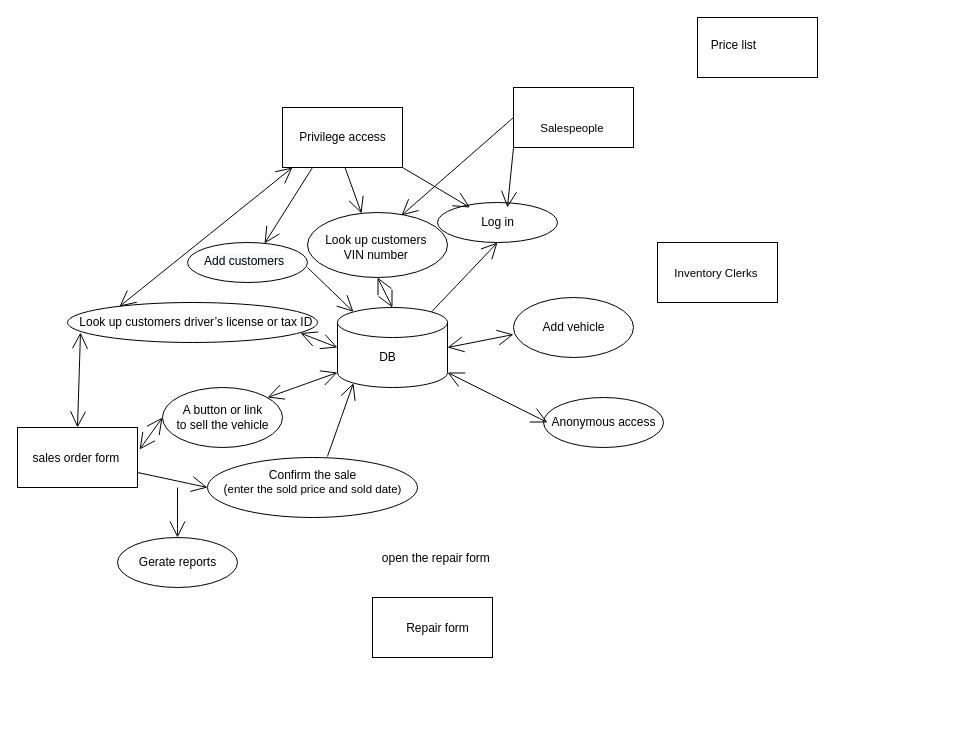
Before: page "IFD" (2 of 2) of Untitled Diagram.drawio in qwei37/QW, a draw.io diagram. Source tidied: cells renumbered, new cells numbered last; positions are measured from the earlier drawing's top-left corner, leaving out a move shared by most shapes. Both pictures are drawn from the tidied source at 100%, with x=0, y=0 at pixel (17, 17).
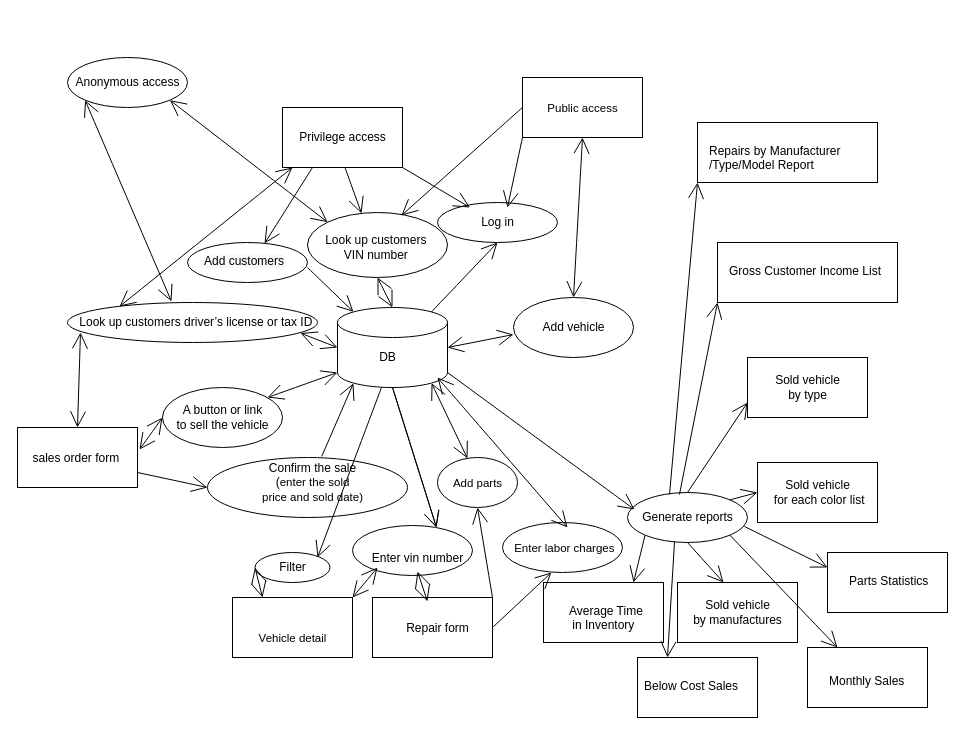
After the change.

The change refers to these unchanged cells:
```xml
<mxCell id="2" style="shape=cylinder3;whiteSpace=wrap;html=1;boundedLbl=1;backgroundOutline=1;size=15;hachureGap=4;fillColor=none;" parent="1" vertex="1">
  <mxGeometry x="320" y="290" width="110" height="80" as="geometry" />
</mxCell>
<mxCell id="8" style="ellipse;whiteSpace=wrap;html=1;hachureGap=4;fillColor=none;" parent="1" vertex="1">
  <mxGeometry x="496" y="280" width="120" height="60" as="geometry" />
</mxCell>
<mxCell id="21" style="ellipse;whiteSpace=wrap;html=1;hachureGap=4;fillColor=none;" parent="1" vertex="1">
  <mxGeometry x="50" y="285" width="250" height="40" as="geometry" />
</mxCell>
<mxCell id="26" style="ellipse;whiteSpace=wrap;html=1;hachureGap=4;fillColor=none;" parent="1" vertex="1">
  <mxGeometry x="290" y="195" width="140" height="65" as="geometry" />
</mxCell>
<mxCell id="51" style="rounded=0;whiteSpace=wrap;html=1;hachureGap=4;fillColor=none;" parent="1" vertex="1">
  <mxGeometry x="355" y="580" width="120" height="60" as="geometry" />
</mxCell>
```

The edit, as a diff of the source:
```diff
@@
-    <mxCell id="4" style="rounded=0;whiteSpace=wrap;html=1;hachureGap=4;fillColor=none;" parent="1" vertex="1">
-      <mxGeometry x="680" width="120" height="60" as="geometry" />
-    </mxCell>
-    <mxCell id="5" value="Price list" style="text;html=1;align=center;verticalAlign=middle;strokeColor=none;fillColor=none;" parent="1" vertex="1">
-      <mxGeometry x="686" y="17.5" width="60" height="20" as="geometry" />
-    </mxCell>
@@
+    <mxCell id="53" style="edgeStyle=none;curved=1;rounded=0;jettySize=auto;html=1;exitX=0;exitY=1;exitDx=0;exitDy=0;entryX=0.416;entryY=-0.025;entryDx=0;entryDy=0;entryPerimeter=0;startArrow=open;startFill=0;endArrow=open;endFill=0;startSize=14;endSize=14;sourcePerimeterSpacing=8;targetPerimeterSpacing=8;" parent="1" edge="1" source="11" target="21">
+      <mxGeometry relative="1" as="geometry" />
+    </mxCell>
+    <mxCell id="54" style="edgeStyle=none;curved=1;rounded=0;jettySize=auto;html=1;exitX=1;exitY=1;exitDx=0;exitDy=0;entryX=0;entryY=0;entryDx=0;entryDy=0;startArrow=open;startFill=0;endArrow=open;endFill=0;startSize=14;endSize=14;sourcePerimeterSpacing=8;targetPerimeterSpacing=8;" parent="1" edge="1" source="11" target="26">
+      <mxGeometry relative="1" as="geometry" />
+    </mxCell>
     <mxCell id="11" style="ellipse;whiteSpace=wrap;html=1;hachureGap=4;fillColor=none;" parent="1" vertex="1">
-      <mxGeometry x="526" y="380" width="120" height="50" as="geometry" />
+      <mxGeometry x="50" y="40" width="120" height="50" as="geometry" />
     </mxCell>
     <mxCell id="12" value="Anonymous access" style="text;html=1;align=center;verticalAlign=middle;strokeColor=none;fillColor=none;" parent="1" vertex="1">
-      <mxGeometry x="526" y="395" width="120" height="20" as="geometry" />
+      <mxGeometry x="50" y="55" width="120" height="20" as="geometry" />
     </mxCell>
-    <mxCell id="13" style="edgeStyle=none;curved=1;rounded=0;jettySize=auto;html=1;entryX=1;entryY=1;entryDx=0;entryDy=-15;entryPerimeter=0;endArrow=open;startSize=14;endSize=14;sourcePerimeterSpacing=8;targetPerimeterSpacing=8;startArrow=open;startFill=0;" parent="1" edge="1" target="2">
-      <mxGeometry relative="1" as="geometry">
-        <mxPoint x="530" y="405" as="sourcePoint" />
-      </mxGeometry>
-    </mxCell>
-    <mxCell id="14" style="edgeStyle=none;curved=1;rounded=0;orthogonalLoop=1;jettySize=auto;html=1;entryX=0.5;entryY=1;entryDx=0;entryDy=0;entryPerimeter=0;endArrow=none;startSize=14;endSize=14;sourcePerimeterSpacing=8;targetPerimeterSpacing=8;startArrow=open;startFill=0;endFill=0;" parent="1" edge="1">
+    <mxCell id="14" style="edgeStyle=none;curved=1;rounded=0;jettySize=auto;html=1;endArrow=none;startSize=14;endSize=14;sourcePerimeterSpacing=8;targetPerimeterSpacing=8;startArrow=open;startFill=0;endFill=0;entryX=1;entryY=1;entryDx=0;entryDy=-15;entryPerimeter=0;exitX=0.058;exitY=0.24;exitDx=0;exitDy=0;exitPerimeter=0;" parent="1" edge="1" target="2">
       <mxGeometry relative="1" as="geometry">
-        <mxPoint x="160" y="520" as="sourcePoint" />
-        <mxPoint x="160" y="470" as="targetPoint" />
+        <mxPoint x="617" y="492" as="sourcePoint" />
       </mxGeometry>
     </mxCell>
-    <mxCell id="15" value="Gerate reports" style="text;html=1;align=center;verticalAlign=middle;strokeColor=none;fillColor=none;" parent="1" vertex="1">
-      <mxGeometry x="115" y="535" width="90" height="20" as="geometry" />
+    <mxCell id="15" value="Generate reports" style="text;html=1;align=center;verticalAlign=middle;strokeColor=none;fillColor=none;" parent="1" vertex="1">
+      <mxGeometry x="615" y="490" width="110" height="20" as="geometry" />
     </mxCell>
-    <mxCell id="16" style="ellipse;whiteSpace=wrap;html=1;hachureGap=4;fillColor=none;" parent="1" vertex="1">
-      <mxGeometry x="100" y="520" width="120" height="50" as="geometry" />
-    </mxCell>
@@
-    <mxCell id="31" value="&lt;p class=&quot;p1&quot; style=&quot;margin: 0px ; font-stretch: normal ; font-size: 11.5px ; line-height: normal&quot;&gt;Inventory Clerks&lt;span class=&quot;Apple-converted-space&quot;&gt;&amp;nbsp;&lt;/span&gt;&lt;/p&gt;" style="text;html=1;align=center;verticalAlign=middle;strokeColor=none;fillColor=none;" parent="1" vertex="1">
-      <mxGeometry x="650" y="245" width="100" height="20" as="geometry" />
-    </mxCell>
-    <mxCell id="32" style="rounded=0;whiteSpace=wrap;html=1;hachureGap=4;fillColor=none;" parent="1" vertex="1">
-      <mxGeometry x="640" y="225" width="120" height="60" as="geometry" />
-    </mxCell>
-    <mxCell id="33" value="&lt;p class=&quot;p1&quot; style=&quot;margin: 0px ; font-stretch: normal ; font-size: 11.5px ; line-height: normal&quot;&gt;Salespeople&lt;span class=&quot;Apple-converted-space&quot;&gt;&amp;nbsp;&lt;/span&gt;&lt;/p&gt;" style="text;html=1;align=center;verticalAlign=middle;strokeColor=none;fillColor=none;" parent="1" vertex="1">
-      <mxGeometry x="516" y="100" width="80" height="20" as="geometry" />
+    <mxCell id="33" value="&lt;p class=&quot;p1&quot; style=&quot;margin: 0px ; font-stretch: normal ; font-size: 11.5px ; line-height: normal&quot;&gt;Public access&lt;/p&gt;" style="text;html=1;align=center;verticalAlign=middle;strokeColor=none;fillColor=none;" parent="1" vertex="1">
+      <mxGeometry x="520" y="80" width="90" height="20" as="geometry" />
     </mxCell>
@@
+    <mxCell id="55" style="edgeStyle=none;curved=1;rounded=0;jettySize=auto;html=1;exitX=0.5;exitY=1;exitDx=0;exitDy=0;entryX=0.5;entryY=0;entryDx=0;entryDy=0;startArrow=open;startFill=0;endArrow=open;endFill=0;startSize=14;endSize=14;sourcePerimeterSpacing=8;targetPerimeterSpacing=8;" parent="1" edge="1" source="36" target="8">
+      <mxGeometry relative="1" as="geometry" />
+    </mxCell>
     <mxCell id="36" style="rounded=0;whiteSpace=wrap;html=1;hachureGap=4;fillColor=none;" parent="1" vertex="1">
-      <mxGeometry x="496" y="70" width="120" height="60" as="geometry" />
+      <mxGeometry x="505" y="60" width="120" height="60" as="geometry" />
     </mxCell>
@@
     <mxCell id="46" style="ellipse;whiteSpace=wrap;html=1;hachureGap=4;fillColor=none;" parent="1" vertex="1">
-      <mxGeometry x="190" y="440" width="210" height="60" as="geometry" />
+      <mxGeometry x="190" y="440" width="200" height="60" as="geometry" />
     </mxCell>
-    <mxCell id="47" value="Confirm the sale &lt;br&gt;(&lt;span style=&quot;font-size: 11.5px&quot;&gt;enter the sold price and sold date)&lt;/span&gt;" style="text;html=1;align=center;verticalAlign=middle;strokeColor=none;fillColor=none;" parent="1" vertex="1">
-      <mxGeometry x="200" y="450" width="190" height="30" as="geometry" />
+    <mxCell id="47" value="Confirm the sale &lt;br&gt;(&lt;span style=&quot;font-size: 11.5px&quot;&gt;enter the sold &lt;br&gt;price and sold date)&lt;/span&gt;" style="text;html=1;align=center;verticalAlign=middle;strokeColor=none;fillColor=none;" parent="1" vertex="1">
+      <mxGeometry x="235" y="440" width="120" height="50" as="geometry" />
     </mxCell>
@@
-    <mxCell id="52" value="&lt;p class=&quot;p1&quot; style=&quot;margin: 0px ; font-stretch: normal ; line-height: normal&quot;&gt;open the repair form&lt;span class=&quot;Apple-converted-space&quot;&gt;&amp;nbsp;&lt;/span&gt;&lt;/p&gt;" style="text;html=1;align=center;verticalAlign=middle;strokeColor=none;fillColor=none;" parent="1" vertex="1">
-      <mxGeometry x="355" y="530" width="130" height="20" as="geometry" />
+    <mxCell id="52" value="&lt;p class=&quot;p1&quot; style=&quot;margin: 0px ; font-stretch: normal ; line-height: normal&quot;&gt;Enter vin number&lt;/p&gt;" style="text;html=1;align=center;verticalAlign=middle;strokeColor=none;fillColor=none;" parent="1" vertex="1">
+      <mxGeometry x="345" y="530" width="110" height="20" as="geometry" />
     </mxCell>
+    <mxCell id="56" value="&lt;p class=&quot;p1&quot; style=&quot;margin: 0px ; font-stretch: normal ; font-size: 11.5px ; line-height: normal&quot;&gt;Enter labor charges &lt;span class=&quot;Apple-converted-space&quot;&gt;&amp;nbsp;&lt;/span&gt;&lt;/p&gt;" style="text;html=1;align=center;verticalAlign=middle;strokeColor=none;fillColor=none;" parent="1" vertex="1">
+      <mxGeometry x="490" y="520" width="120" height="20" as="geometry" />
+    </mxCell>
+    <mxCell id="57" value="&lt;p class=&quot;p1&quot; style=&quot;margin: 0px ; font-stretch: normal ; font-size: 11.5px ; line-height: normal&quot;&gt;Add parts&lt;/p&gt;" style="text;html=1;align=center;verticalAlign=middle;strokeColor=none;fillColor=none;" parent="1" vertex="1">
+      <mxGeometry x="430" y="455" width="60" height="20" as="geometry" />
+    </mxCell>
+    <mxCell id="58" style="edgeStyle=none;curved=1;rounded=0;jettySize=auto;html=1;endArrow=open;startSize=14;endSize=14;sourcePerimeterSpacing=8;targetPerimeterSpacing=8;startArrow=none;startFill=0;entryX=0.7;entryY=0.04;entryDx=0;entryDy=0;exitX=0.5;exitY=1;exitDx=0;exitDy=0;exitPerimeter=0;entryPerimeter=0;" parent="1" edge="1" source="2" target="59">
+      <mxGeometry relative="1" as="geometry" />
+    </mxCell>
+    <mxCell id="59" style="ellipse;whiteSpace=wrap;html=1;hachureGap=4;fillColor=none;" parent="1" vertex="1">
+      <mxGeometry x="335" y="508" width="120" height="50" as="geometry" />
+    </mxCell>
+    <mxCell id="60" style="edgeStyle=none;curved=1;rounded=0;orthogonalLoop=1;jettySize=auto;html=1;endArrow=open;startSize=14;endSize=14;sourcePerimeterSpacing=8;targetPerimeterSpacing=8;startArrow=open;startFill=0;" parent="1" edge="1">
+      <mxGeometry relative="1" as="geometry">
+        <mxPoint x="400" y="554" as="sourcePoint" />
+        <mxPoint x="410" y="584" as="targetPoint" />
+      </mxGeometry>
+    </mxCell>
+    <mxCell id="61" style="ellipse;whiteSpace=wrap;html=1;hachureGap=4;fillColor=none;" parent="1" vertex="1">
+      <mxGeometry x="485" y="505" width="120" height="50" as="geometry" />
+    </mxCell>
+    <mxCell id="62" style="ellipse;whiteSpace=wrap;html=1;hachureGap=4;fillColor=none;" parent="1" vertex="1">
+      <mxGeometry x="420" y="440" width="80" height="50" as="geometry" />
+    </mxCell>
+    <mxCell id="63" style="edgeStyle=none;curved=1;rounded=0;jettySize=auto;html=1;endArrow=open;startSize=14;endSize=14;sourcePerimeterSpacing=8;targetPerimeterSpacing=8;startArrow=open;startFill=0;entryX=0.375;entryY=0.02;entryDx=0;entryDy=0;exitX=0.855;exitY=1;exitDx=0;exitDy=-4.35;exitPerimeter=0;entryPerimeter=0;" parent="1" edge="1" source="2" target="62">
+      <mxGeometry relative="1" as="geometry" />
+    </mxCell>
+    <mxCell id="64" style="edgeStyle=none;curved=1;rounded=0;orthogonalLoop=1;jettySize=auto;html=1;endArrow=open;startSize=14;endSize=14;sourcePerimeterSpacing=8;targetPerimeterSpacing=8;startArrow=none;startFill=0;entryX=0.7;entryY=0.04;entryDx=0;entryDy=0;exitX=0.5;exitY=1;exitDx=0;exitDy=0;exitPerimeter=0;entryPerimeter=0;" parent="1" edge="1">
+      <mxGeometry relative="1" as="geometry">
+        <mxPoint x="375" y="370" as="sourcePoint" />
+        <mxPoint x="419" y="510" as="targetPoint" />
+      </mxGeometry>
+    </mxCell>
+    <mxCell id="65" style="edgeStyle=none;curved=1;rounded=0;jettySize=auto;html=1;endArrow=open;startSize=14;endSize=14;sourcePerimeterSpacing=8;targetPerimeterSpacing=8;startArrow=none;startFill=0;entryX=0.5;entryY=1;entryDx=0;entryDy=0;exitX=1;exitY=0;exitDx=0;exitDy=0;" parent="1" edge="1" source="51" target="62">
+      <mxGeometry relative="1" as="geometry" />
+    </mxCell>
+    <mxCell id="66" style="edgeStyle=none;curved=1;rounded=0;jettySize=auto;html=1;endArrow=open;startSize=14;endSize=14;sourcePerimeterSpacing=8;targetPerimeterSpacing=8;startArrow=none;startFill=0;entryX=0.408;entryY=1;entryDx=0;entryDy=0;exitX=1;exitY=0.5;exitDx=0;exitDy=0;entryPerimeter=0;" parent="1" edge="1" source="51" target="61">
+      <mxGeometry relative="1" as="geometry" />
+    </mxCell>
+    <mxCell id="67" style="edgeStyle=none;curved=1;rounded=0;jettySize=auto;html=1;endArrow=open;startSize=14;endSize=14;sourcePerimeterSpacing=8;targetPerimeterSpacing=8;startArrow=open;startFill=0;entryX=0.542;entryY=0.1;entryDx=0;entryDy=0;entryPerimeter=0;" parent="1" edge="1" target="61">
+      <mxGeometry relative="1" as="geometry">
+        <mxPoint x="420" y="360" as="sourcePoint" />
+      </mxGeometry>
+    </mxCell>
+    <mxCell id="68" style="rounded=0;whiteSpace=wrap;html=1;hachureGap=4;fillColor=none;" parent="1" vertex="1">
+      <mxGeometry x="215" y="580" width="120" height="60" as="geometry" />
+    </mxCell>
+    <mxCell id="69" value="&lt;p class=&quot;p1&quot; style=&quot;margin: 0px ; font-stretch: normal ; font-size: 11.5px ; line-height: normal&quot;&gt;Vehicle detail&lt;/p&gt;" style="text;html=1;align=center;verticalAlign=middle;strokeColor=none;fillColor=none;" parent="1" vertex="1">
+      <mxGeometry x="235" y="610" width="80" height="20" as="geometry" />
+    </mxCell>
+    <mxCell id="70" value="Filter" style="text;html=1;align=center;verticalAlign=middle;strokeColor=none;fillColor=none;" parent="1" vertex="1">
+      <mxGeometry x="255" y="540" width="40" height="20" as="geometry" />
+    </mxCell>
+    <mxCell id="71" style="ellipse;whiteSpace=wrap;html=1;hachureGap=4;fillColor=none;" parent="1" vertex="1">
+      <mxGeometry x="237.5" y="535" width="75" height="30" as="geometry" />
+    </mxCell>
+    <mxCell id="72" style="edgeStyle=none;curved=1;rounded=0;jettySize=auto;html=1;endArrow=open;startSize=14;endSize=14;sourcePerimeterSpacing=8;targetPerimeterSpacing=8;startArrow=open;startFill=0;entryX=1;entryY=0;entryDx=0;entryDy=0;" parent="1" edge="1" target="68">
+      <mxGeometry relative="1" as="geometry">
+        <mxPoint x="360" y="550" as="sourcePoint" />
+      </mxGeometry>
+    </mxCell>
+    <mxCell id="73" style="edgeStyle=none;curved=1;rounded=0;jettySize=auto;html=1;endArrow=open;startSize=14;endSize=14;sourcePerimeterSpacing=8;targetPerimeterSpacing=8;startArrow=none;startFill=0;exitX=0.4;exitY=1;exitDx=0;exitDy=0;exitPerimeter=0;" parent="1" edge="1" source="2">
+      <mxGeometry relative="1" as="geometry">
+        <mxPoint x="300" y="540" as="targetPoint" />
+      </mxGeometry>
+    </mxCell>
+    <mxCell id="74" style="edgeStyle=none;curved=1;rounded=0;jettySize=auto;html=1;endArrow=open;startSize=14;endSize=14;sourcePerimeterSpacing=8;targetPerimeterSpacing=8;startArrow=open;startFill=0;entryX=0.25;entryY=0;entryDx=0;entryDy=0;exitX=0;exitY=0.5;exitDx=0;exitDy=0;" parent="1" edge="1" source="71" target="68">
+      <mxGeometry relative="1" as="geometry" />
+    </mxCell>
+    <mxCell id="75" style="edgeStyle=none;curved=1;rounded=0;jettySize=auto;html=1;exitX=0.5;exitY=1;exitDx=0;exitDy=0;entryX=0.5;entryY=0;entryDx=0;entryDy=0;endArrow=open;startSize=14;endSize=14;sourcePerimeterSpacing=8;targetPerimeterSpacing=8;" parent="1" edge="1" source="78">
+      <mxGeometry relative="1" as="geometry">
+        <mxPoint x="706" y="565" as="targetPoint" />
+      </mxGeometry>
+    </mxCell>
+    <mxCell id="76" style="edgeStyle=none;curved=1;rounded=0;jettySize=auto;html=1;exitX=0.5;exitY=0;exitDx=0;exitDy=0;entryX=0;entryY=0.75;entryDx=0;entryDy=0;startArrow=none;startFill=0;endArrow=open;startSize=14;endSize=14;sourcePerimeterSpacing=8;targetPerimeterSpacing=8;" parent="1" edge="1" source="78" target="81">
+      <mxGeometry relative="1" as="geometry" />
+    </mxCell>
+    <mxCell id="77" style="edgeStyle=none;curved=1;rounded=0;jettySize=auto;html=1;exitX=1;exitY=0;exitDx=0;exitDy=0;entryX=0;entryY=0.5;entryDx=0;entryDy=0;startArrow=none;startFill=0;endArrow=open;startSize=14;endSize=14;sourcePerimeterSpacing=8;targetPerimeterSpacing=8;" parent="1" edge="1" source="78" target="80">
+      <mxGeometry relative="1" as="geometry" />
+    </mxCell>
+    <mxCell id="78" style="ellipse;whiteSpace=wrap;html=1;hachureGap=4;fillColor=none;" parent="1" vertex="1">
+      <mxGeometry x="610" y="475" width="120" height="50" as="geometry" />
+    </mxCell>
+    <mxCell id="79" value="Sold vehicle&lt;br&gt;&amp;nbsp;for each color list" style="text;html=1;align=center;verticalAlign=middle;strokeColor=none;fillColor=none;" parent="1" vertex="1">
+      <mxGeometry x="745" y="460" width="110" height="30" as="geometry" />
+    </mxCell>
+    <mxCell id="80" style="rounded=0;whiteSpace=wrap;html=1;hachureGap=4;fillColor=none;" parent="1" vertex="1">
+      <mxGeometry x="740" y="445" width="120" height="60" as="geometry" />
+    </mxCell>
+    <mxCell id="81" style="rounded=0;whiteSpace=wrap;html=1;hachureGap=4;fillColor=none;" parent="1" vertex="1">
+      <mxGeometry x="730" y="340" width="120" height="60" as="geometry" />
+    </mxCell>
+    <mxCell id="82" value="Sold vehicle&lt;br&gt;by type" style="text;html=1;align=center;verticalAlign=middle;strokeColor=none;fillColor=none;" parent="1" vertex="1">
+      <mxGeometry x="750" y="355" width="80" height="30" as="geometry" />
+    </mxCell>
+    <mxCell id="83" style="rounded=0;whiteSpace=wrap;html=1;hachureGap=4;fillColor=none;" parent="1" vertex="1">
+      <mxGeometry x="660" y="565" width="120" height="60" as="geometry" />
+    </mxCell>
+    <mxCell id="84" value="Sold vehicle&lt;br&gt;by manufactures" style="text;html=1;align=center;verticalAlign=middle;strokeColor=none;fillColor=none;" parent="1" vertex="1">
+      <mxGeometry x="670" y="580" width="100" height="30" as="geometry" />
+    </mxCell>
+    <mxCell id="85" value="Gross Customer Income List" style="text;whiteSpace=wrap;html=1;" parent="1" vertex="1">
+      <mxGeometry x="710" y="240" width="160" height="30" as="geometry" />
+    </mxCell>
+    <mxCell id="86" style="edgeStyle=none;curved=1;rounded=0;jettySize=auto;html=1;exitX=0;exitY=1;exitDx=0;exitDy=0;entryX=0.433;entryY=0.04;entryDx=0;entryDy=0;startArrow=open;startFill=0;endArrow=none;startSize=14;endSize=14;sourcePerimeterSpacing=8;targetPerimeterSpacing=8;endFill=0;entryPerimeter=0;" parent="1" edge="1" source="87" target="78">
+      <mxGeometry relative="1" as="geometry" />
+    </mxCell>
+    <mxCell id="87" style="rounded=0;whiteSpace=wrap;html=1;hachureGap=4;fillColor=none;" parent="1" vertex="1">
+      <mxGeometry x="700" y="225" width="180" height="60" as="geometry" />
+    </mxCell>
+    <mxCell id="88" value="Repairs by Manufacturer&lt;br&gt;/Type/Model Report" style="text;whiteSpace=wrap;html=1;" parent="1" vertex="1">
+      <mxGeometry x="690" y="120" width="220" height="30" as="geometry" />
+    </mxCell>
+    <mxCell id="89" style="edgeStyle=none;curved=1;rounded=0;jettySize=auto;html=1;exitX=0;exitY=1;exitDx=0;exitDy=0;entryX=0.35;entryY=0.04;entryDx=0;entryDy=0;entryPerimeter=0;startArrow=open;startFill=0;endArrow=none;endFill=0;startSize=14;endSize=14;sourcePerimeterSpacing=8;targetPerimeterSpacing=8;" parent="1" edge="1" source="90" target="78">
+      <mxGeometry relative="1" as="geometry" />
+    </mxCell>
+    <mxCell id="90" style="rounded=0;whiteSpace=wrap;html=1;hachureGap=4;fillColor=none;" parent="1" vertex="1">
+      <mxGeometry x="680" y="105" width="180" height="60" as="geometry" />
+    </mxCell>
+    <mxCell id="91" value="Below Cost Sales" style="text;whiteSpace=wrap;html=1;" parent="1" vertex="1">
+      <mxGeometry x="625" y="655" width="120" height="30" as="geometry" />
+    </mxCell>
+    <mxCell id="92" style="edgeStyle=none;curved=1;rounded=0;jettySize=auto;html=1;exitX=0.25;exitY=0;exitDx=0;exitDy=0;entryX=0.392;entryY=0.98;entryDx=0;entryDy=0;entryPerimeter=0;startArrow=open;startFill=0;endArrow=none;endFill=0;startSize=14;endSize=14;sourcePerimeterSpacing=8;targetPerimeterSpacing=8;" parent="1" edge="1" source="93" target="78">
+      <mxGeometry relative="1" as="geometry" />
+    </mxCell>
+    <mxCell id="93" style="rounded=0;whiteSpace=wrap;html=1;hachureGap=4;fillColor=none;" parent="1" vertex="1">
+      <mxGeometry x="620" y="640" width="120" height="60" as="geometry" />
+    </mxCell>
+    <mxCell id="94" value="Average Time&lt;br&gt;&amp;nbsp;in Inventory" style="text;whiteSpace=wrap;html=1;" parent="1" vertex="1">
+      <mxGeometry x="550" y="580" width="160" height="30" as="geometry" />
+    </mxCell>
+    <mxCell id="95" style="edgeStyle=none;curved=1;rounded=0;jettySize=auto;html=1;exitX=0.75;exitY=0;exitDx=0;exitDy=0;entryX=0;entryY=1;entryDx=0;entryDy=0;startArrow=open;startFill=0;endArrow=none;endFill=0;startSize=14;endSize=14;sourcePerimeterSpacing=8;targetPerimeterSpacing=8;" parent="1" edge="1" source="96" target="78">
+      <mxGeometry relative="1" as="geometry" />
+    </mxCell>
+    <mxCell id="96" style="rounded=0;whiteSpace=wrap;html=1;hachureGap=4;fillColor=none;" parent="1" vertex="1">
+      <mxGeometry x="526" y="565" width="120" height="60" as="geometry" />
+    </mxCell>
+    <mxCell id="97" value="Parts Statistics" style="text;whiteSpace=wrap;html=1;" parent="1" vertex="1">
+      <mxGeometry x="830" y="550" width="100" height="30" as="geometry" />
+    </mxCell>
+    <mxCell id="98" style="edgeStyle=none;curved=1;rounded=0;jettySize=auto;html=1;exitX=0;exitY=0.25;exitDx=0;exitDy=0;entryX=0.975;entryY=0.68;entryDx=0;entryDy=0;entryPerimeter=0;startArrow=open;startFill=0;endArrow=none;endFill=0;startSize=14;endSize=14;sourcePerimeterSpacing=8;targetPerimeterSpacing=8;" parent="1" edge="1" source="99" target="78">
+      <mxGeometry relative="1" as="geometry" />
+    </mxCell>
+    <mxCell id="99" style="rounded=0;whiteSpace=wrap;html=1;hachureGap=4;fillColor=none;" parent="1" vertex="1">
+      <mxGeometry x="810" y="535" width="120" height="60" as="geometry" />
+    </mxCell>
+    <mxCell id="100" value="Monthly Sales" style="text;whiteSpace=wrap;html=1;" parent="1" vertex="1">
+      <mxGeometry x="810" y="650" width="100" height="30" as="geometry" />
+    </mxCell>
+    <mxCell id="101" style="edgeStyle=none;curved=1;rounded=0;jettySize=auto;html=1;exitX=0.25;exitY=0;exitDx=0;exitDy=0;entryX=1;entryY=1;entryDx=0;entryDy=0;startArrow=open;startFill=0;endArrow=none;endFill=0;startSize=14;endSize=14;sourcePerimeterSpacing=8;targetPerimeterSpacing=8;" parent="1" edge="1" source="102" target="78">
+      <mxGeometry relative="1" as="geometry" />
+    </mxCell>
+    <mxCell id="102" style="rounded=0;whiteSpace=wrap;html=1;hachureGap=4;fillColor=none;" parent="1" vertex="1">
+      <mxGeometry x="790" y="630" width="120" height="60" as="geometry" />
+    </mxCell>
```
